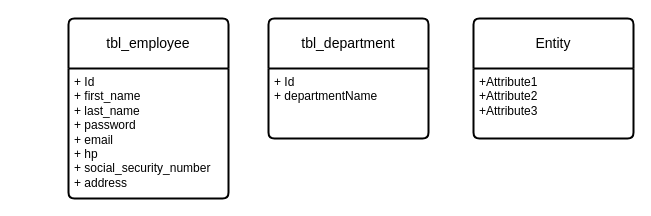
Above: page "Tables" (2 of 5) of LayerAcrhitectureHRIS.drawio in jarisiber/layer-architecture (draw.io), before the change. Source tidied: cells renumbered, new cells numbered last; positions are measured from the earlier drawing's top-left corner, leaving out a move shared by most shapes. Both pictures are drawn from the tidied source at 100%, with x=0, y=0 at pixel (68, 18).
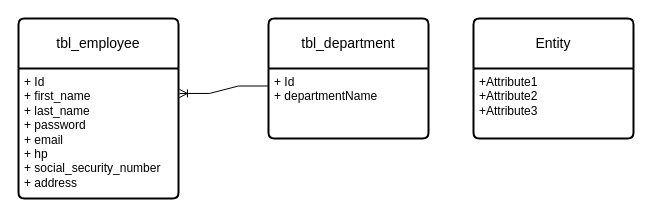
After the change.

The edit, as a diff of the source:
```diff
@@
 <mxGraphModel>
   <root>
     <mxCell id="0" />
     <mxCell id="1" parent="0" />
     <mxCell id="2" value="tbl_employee" style="swimlane;horizontal=1;startSize=50;rounded=1;fontSize=14;fontStyle=0;strokeWidth=2;shadow=0;dashed=0;align=center;arcSize=4;whiteSpace=wrap;html=1;" parent="1" vertex="1">
-      <mxGeometry width="160" height="180" as="geometry" />
+      <mxGeometry x="-50" width="160" height="180" as="geometry" />
     </mxCell>
     <mxCell id="3" value="+ Id&lt;br&gt;+ first_name&lt;br&gt;+ last_name&lt;br&gt;+ password&lt;br&gt;+ email&lt;br&gt;+ hp&lt;br&gt;+ social_security_number&lt;br&gt;+ address" style="align=left;strokeColor=none;fillColor=none;spacingLeft=4;fontSize=12;verticalAlign=top;html=1;" parent="2" vertex="1">
       <mxGeometry y="50" width="160" height="130" as="geometry" />
     </mxCell>
     <mxCell id="4" value="tbl_department" style="swimlane;horizontal=1;startSize=50;rounded=1;fontSize=14;fontStyle=0;strokeWidth=2;shadow=0;dashed=0;align=center;arcSize=4;whiteSpace=wrap;html=1;" parent="1" vertex="1">
       <mxGeometry x="200" width="160" height="120" as="geometry" />
     </mxCell>
     <mxCell id="5" value="+ Id&lt;br&gt;+ departmentName" style="align=left;strokeColor=none;fillColor=none;spacingLeft=4;fontSize=12;verticalAlign=top;html=1;" parent="4" vertex="1">
       <mxGeometry y="50" width="160" height="70" as="geometry" />
     </mxCell>
     <mxCell id="6" value="Entity" style="swimlane;horizontal=1;startSize=50;rounded=1;fontSize=14;fontStyle=0;strokeWidth=2;shadow=0;dashed=0;align=center;arcSize=4;whiteSpace=wrap;html=1;" parent="1" vertex="1">
       <mxGeometry x="405" width="160" height="120" as="geometry" />
     </mxCell>
     <mxCell id="7" value="+Attribute1&#10;+Attribute2&#10;+Attribute3" style="align=left;strokeColor=none;fillColor=none;spacingLeft=4;fontSize=12;verticalAlign=top;html=1;" parent="6" vertex="1">
       <mxGeometry y="50" width="160" height="70" as="geometry" />
     </mxCell>
+    <mxCell id="8" style="edgeStyle=entityRelationEdgeStyle;fontSize=12;html=1;endArrow=ERoneToMany;rounded=0;entryX=1.006;entryY=0.192;entryDx=0;entryDy=0;entryPerimeter=0;exitX=0;exitY=0.25;exitDx=0;exitDy=0;" parent="1" edge="1" source="5" target="3">
+      <mxGeometry relative="1" as="geometry" />
+    </mxCell>
   </root>
 </mxGraphModel>
```
